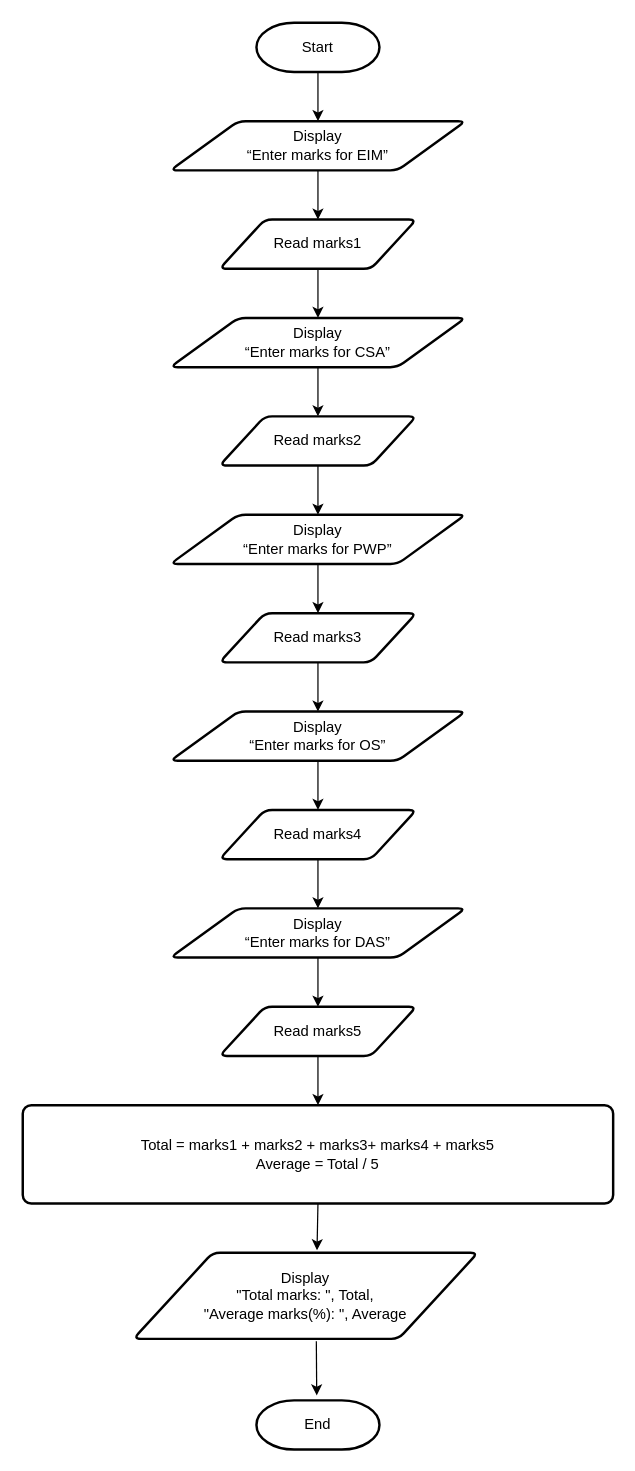
This is page "Question 8" (8 of 9) of Untitled Diagram.drawio from peiYueh/google-sheet-node, a draw.io file, before an edit. Source tidied: cells renumbered, new cells numbered last; positions are measured from the earlier drawing's top-left corner, leaving out a move shared by most shapes. Both pictures are drawn from the tidied source at 123%, with x=0, y=0 at pixel (22, 22).
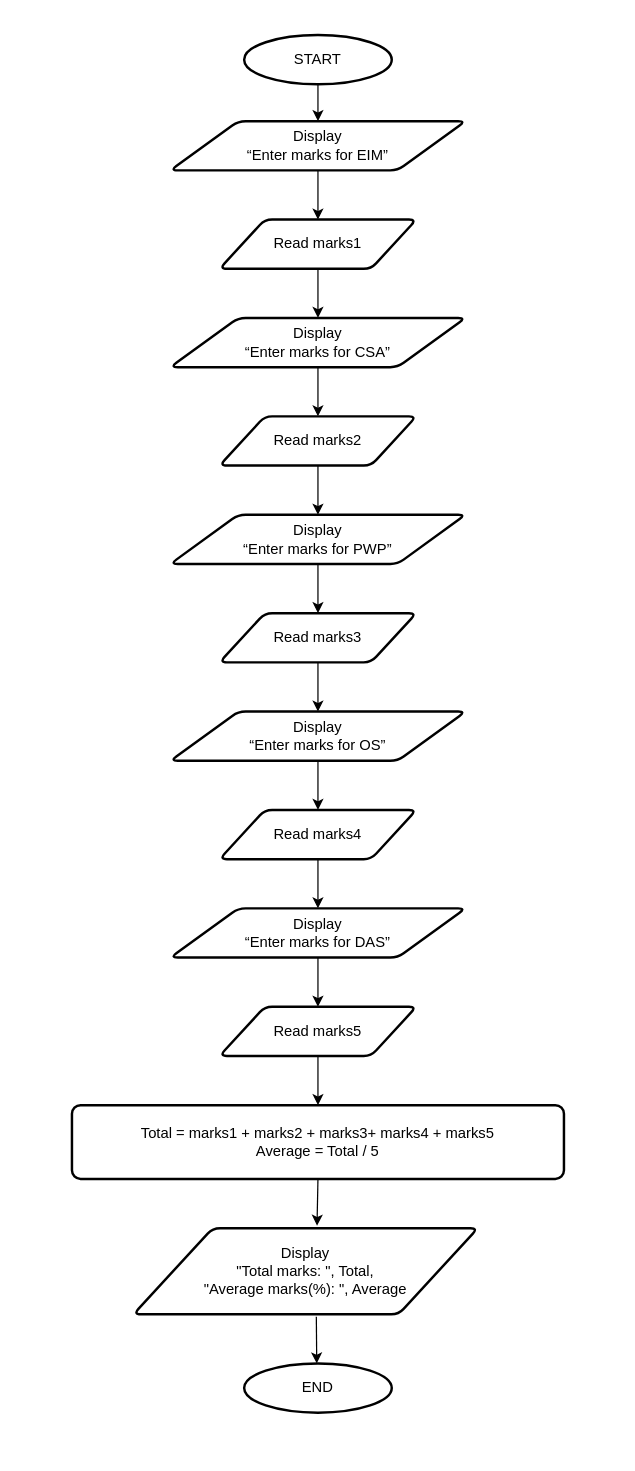
After the change.

The change refers to these unchanged cells:
```xml
<mxCell id="3" value="Display&lt;br&gt;“Enter marks for EIM”" style="shape=parallelogram;html=1;strokeWidth=2;perimeter=parallelogramPerimeter;whiteSpace=wrap;rounded=1;arcSize=12;size=0.23;" parent="1" vertex="1">
  <mxGeometry x="120" y="80" width="240" height="40" as="geometry" />
</mxCell>
```

The edit, as a diff of the source:
```diff
@@
     <mxCell id="5" value="Total = marks1 + marks2 + marks3+ marks4 + marks5&lt;br&gt;Average = Total / 5" style="rounded=1;whiteSpace=wrap;html=1;absoluteArcSize=1;arcSize=14;strokeWidth=2;" parent="1" vertex="1">
-      <mxGeometry y="880" width="480" height="80" as="geometry" />
+      <mxGeometry x="40" y="880" width="400" height="60" as="geometry" />
     </mxCell>
     <mxCell id="6" value="Display &lt;br&gt;&quot;Total marks: &quot;, Total, &lt;br&gt;&quot;Average marks(%): &quot;, Average" style="shape=parallelogram;html=1;strokeWidth=2;perimeter=parallelogramPerimeter;whiteSpace=wrap;rounded=1;arcSize=12;size=0.23;" parent="1" vertex="1">
-      <mxGeometry x="90" y="1000" width="280" height="70" as="geometry" />
+      <mxGeometry x="90" y="980" width="280" height="70" as="geometry" />
     </mxCell>
-    <mxCell id="7" value="End" style="strokeWidth=2;html=1;shape=mxgraph.flowchart.terminator;whiteSpace=wrap;" parent="1" vertex="1">
-      <mxGeometry x="190" y="1120" width="100" height="40" as="geometry" />
-    </mxCell>
-    <mxCell id="8" value="Start" style="strokeWidth=2;html=1;shape=mxgraph.flowchart.terminator;whiteSpace=wrap;" parent="1" vertex="1">
-      <mxGeometry x="190" width="100" height="40" as="geometry" />
-    </mxCell>
-    <mxCell id="9" style="endArrow=classic;html=1;entryX=0.5;entryY=0;entryDx=0;entryDy=0;exitX=0.5;exitY=1;exitDx=0;exitDy=0;exitPerimeter=0;" parent="1" edge="1" source="8" target="3">
-      <mxGeometry relative="1" as="geometry" />
+    <mxCell id="9" style="endArrow=classic;html=1;entryX=0.5;entryY=0;entryDx=0;entryDy=0;exitX=0.5;exitY=1;exitDx=0;exitDy=0;exitPerimeter=0;" parent="1" edge="1" target="3">
+      <mxGeometry relative="1" as="geometry">
+        <mxPoint x="240" y="40" as="sourcePoint" />
+      </mxGeometry>
     </mxCell>
@@
     <mxCell id="12" style="endArrow=classic;html=1;exitX=0.531;exitY=1.029;exitDx=0;exitDy=0;exitPerimeter=0;" parent="1" edge="1" source="6">
       <mxGeometry relative="1" as="geometry">
-        <mxPoint x="239" y="1116" as="targetPoint" />
+        <mxPoint x="239" y="1090" as="targetPoint" />
       </mxGeometry>
     </mxCell>
@@
+    <mxCell id="29" value="START" style="strokeWidth=2;html=1;shape=mxgraph.flowchart.start_1;whiteSpace=wrap;" parent="1" vertex="1">
+      <mxGeometry x="180" y="10" width="120" height="40" as="geometry" />
+    </mxCell>
+    <mxCell id="30" value="END" style="strokeWidth=2;html=1;shape=mxgraph.flowchart.start_1;whiteSpace=wrap;" parent="1" vertex="1">
+      <mxGeometry x="180" y="1090" width="120" height="40" as="geometry" />
+    </mxCell>
```
